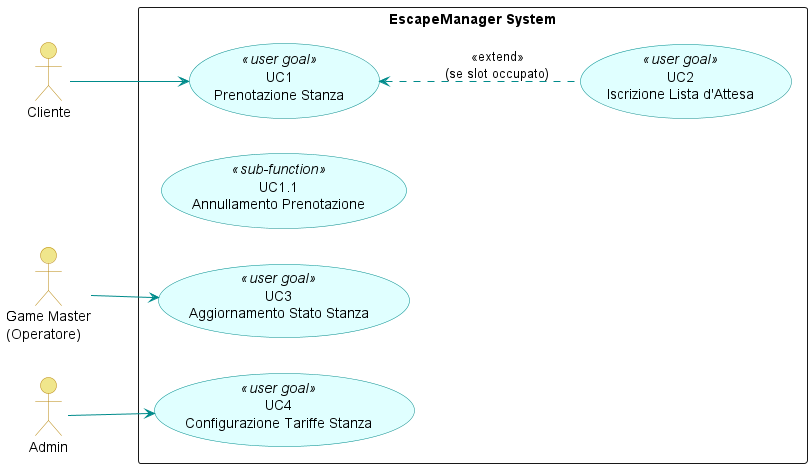
The PlantUML diagram LaTeX/images/usecase_diagram.png in Adrycasta04/EscapeManager, before a commit.
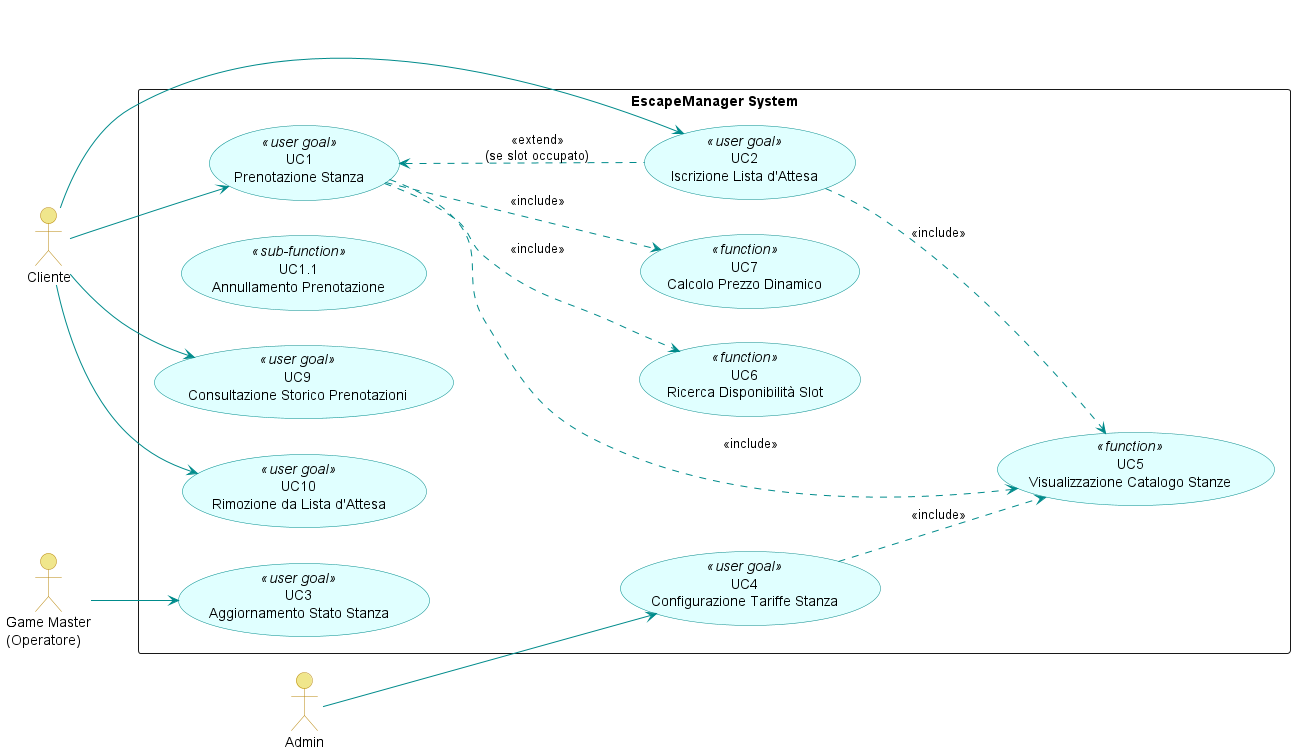
The same diagram one commit later.

Diff of the diagram source:
```diff
@@ -20,13 +20,22 @@
     usecase "UC1\nPrenotazione Stanza" <<user goal>> as UC_C1
     usecase "UC1.1\nAnnullamento Prenotazione" <<sub-function>> as UC_C1_1
     usecase "UC2\nIscrizione Lista d'Attesa" <<user goal>> as UC_C2
+    usecase "UC9\nConsultazione Storico Prenotazioni" <<user goal>> as UC_C9
+    usecase "UC10\nRimozione da Lista d'Attesa" <<user goal>> as UC_C10
 
     usecase "UC3\nAggiornamento Stato Stanza" <<user goal>> as UC_GM3
 
     usecase "UC4\nConfigurazione Tariffe Stanza" <<user goal>> as UC_A2
+
+    usecase "UC5\nVisualizzazione Catalogo Stanze" <<function>> as UC_F5
+    usecase "UC6\nRicerca Disponibilità Slot" <<function>> as UC_F6
+    usecase "UC7\nCalcolo Prezzo Dinamico" <<function>> as UC_F7
 }
 
 C --> UC_C1
+C --> UC_C2
+C --> UC_C9
+C --> UC_C10
 
 GM --> UC_GM3
 
@@ -34,4 +43,12 @@
 
 UC_C2 .up.> UC_C1 : <<extend>>\n(se slot occupato)
 
+UC_C1 ..> UC_F5 : <<include>>
+UC_C1 ..> UC_F6 : <<include>>
+UC_C1 ..> UC_F7 : <<include>>
+
+UC_C2 ..> UC_F5 : <<include>>
+
+UC_A2 ..> UC_F5 : <<include>>
+
 @enduml
```
